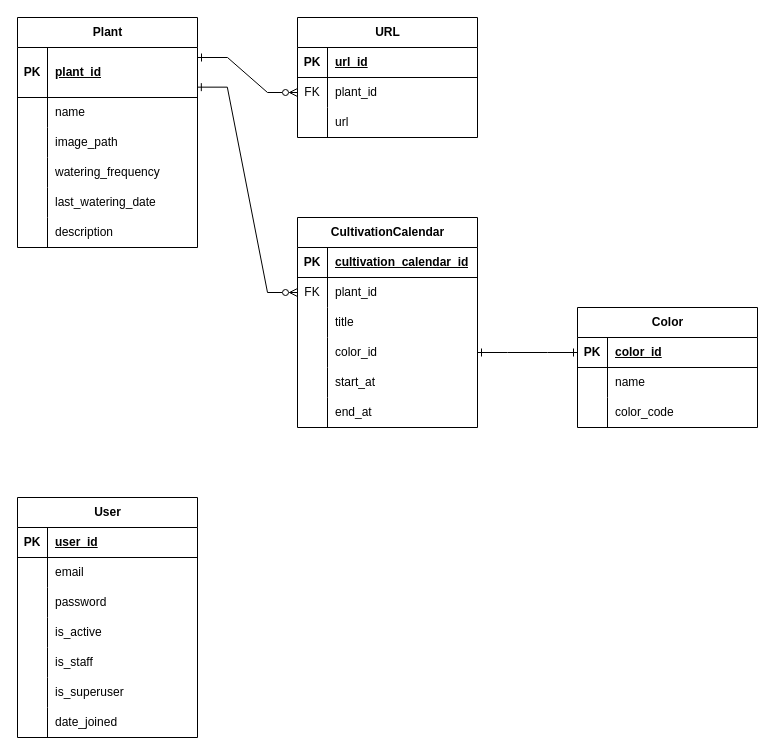
The draw.io diagram documents/ERD.drawio in AikawaShota/garden-management, before the edit. Source tidied: cells renumbered, new cells numbered last; positions are measured from the earlier drawing's top-left corner, leaving out a move shared by most shapes. Both pictures are drawn from the tidied source at 100%, with x=0, y=0 at pixel (17, 17).
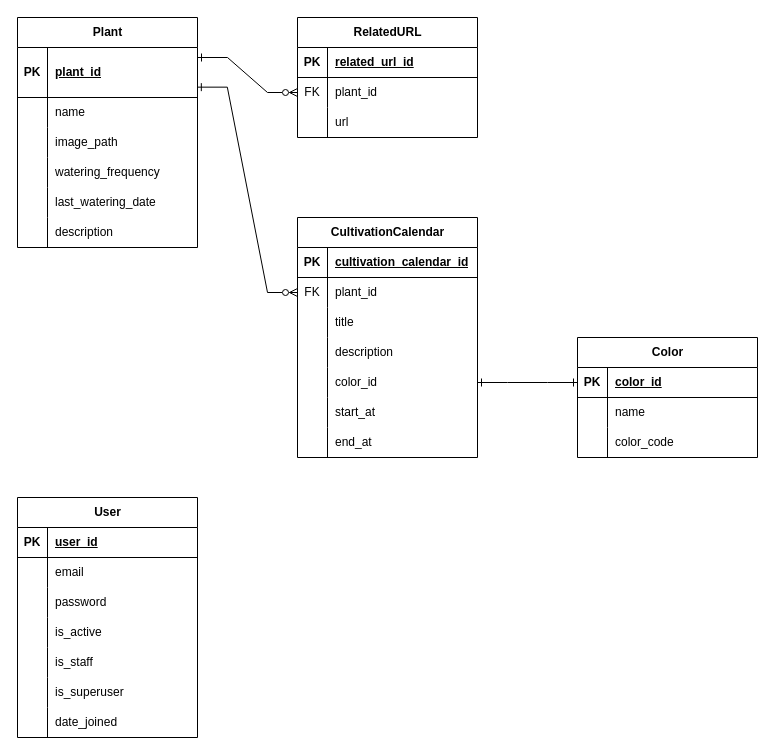
Above is the later version.

Unchanged cells that the change refers to:
```xml
<mxCell id="44" style="shape=tableRow;horizontal=0;startSize=0;swimlaneHead=0;swimlaneBody=0;fillColor=none;top=0;left=0;right=0;bottom=1;" parent="43" vertex="1">
  <mxGeometry y="30" width="180" height="30" as="geometry" />
</mxCell>
```

Change to the diagram source:
```diff
@@
-    <mxCell id="43" value="URL" style="shape=table;startSize=30;childLayout=tableLayout;rowLines=0;fontStyle=1;align=center;html=1;" parent="1" vertex="1">
+    <mxCell id="43" value="RelatedURL" style="shape=table;startSize=30;childLayout=tableLayout;rowLines=0;fontStyle=1;align=center;html=1;" parent="1" vertex="1">
       <mxGeometry x="280" width="180" height="120" as="geometry" />
     </mxCell>
@@
-    <mxCell id="46" value="url_id" style="shape=partialRectangle;fillColor=none;top=0;left=0;bottom=0;right=0;align=left;spacingLeft=6;fontStyle=5;overflow=hidden;whiteSpace=wrap;html=1;" parent="44" vertex="1">
+    <mxCell id="46" value="related_url_id" style="shape=partialRectangle;fillColor=none;top=0;left=0;bottom=0;right=0;align=left;spacingLeft=6;fontStyle=5;overflow=hidden;whiteSpace=wrap;html=1;" parent="44" vertex="1">
       <mxGeometry x="30" width="150" height="30" as="geometry" />
     </mxCell>
@@
     <mxCell id="53" value="CultivationCalendar" style="shape=table;startSize=30;childLayout=tableLayout;rowLines=0;fontStyle=1;align=center;html=1;" parent="1" vertex="1">
-      <mxGeometry x="280" y="200" width="180" height="210" as="geometry" />
+      <mxGeometry x="280" y="200" width="180" height="240" as="geometry" />
     </mxCell>
@@
+    <mxCell id="85" style="shape=tableRow;horizontal=0;startSize=0;swimlaneHead=0;swimlaneBody=0;fillColor=none;top=0;left=0;right=0;bottom=0;" parent="53" vertex="1">
+      <mxGeometry y="120" width="180" height="30" as="geometry" />
+    </mxCell>
+    <mxCell id="86" style="shape=partialRectangle;fillColor=none;top=0;left=0;bottom=0;right=0;overflow=hidden;whiteSpace=wrap;html=1;" parent="85" vertex="1">
+      <mxGeometry width="30" height="30" as="geometry" />
+    </mxCell>
+    <mxCell id="87" value="description" style="shape=partialRectangle;fillColor=none;top=0;left=0;bottom=0;right=0;align=left;spacingLeft=6;overflow=hidden;whiteSpace=wrap;html=1;" parent="85" vertex="1">
+      <mxGeometry x="30" width="150" height="30" as="geometry" />
+    </mxCell>
     <mxCell id="63" style="shape=tableRow;horizontal=0;startSize=0;swimlaneHead=0;swimlaneBody=0;fillColor=none;points=[[0,0.5],[1,0.5]];portConstraint=eastwest;top=0;left=0;right=0;bottom=0;" parent="53" vertex="1">
-      <mxGeometry y="120" width="180" height="30" as="geometry" />
+      <mxGeometry y="150" width="180" height="30" as="geometry" />
     </mxCell>
@@
     <mxCell id="66" style="shape=tableRow;horizontal=0;startSize=0;swimlaneHead=0;swimlaneBody=0;fillColor=none;top=0;left=0;right=0;bottom=0;" parent="53" vertex="1">
-      <mxGeometry y="150" width="180" height="30" as="geometry" />
+      <mxGeometry y="180" width="180" height="30" as="geometry" />
     </mxCell>
@@
     <mxCell id="69" style="shape=tableRow;horizontal=0;startSize=0;swimlaneHead=0;swimlaneBody=0;fillColor=none;top=0;left=0;right=0;bottom=0;" parent="53" vertex="1">
-      <mxGeometry y="180" width="180" height="30" as="geometry" />
+      <mxGeometry y="210" width="180" height="30" as="geometry" />
     </mxCell>
@@
     <mxCell id="74" value="Color" style="shape=table;startSize=30;childLayout=tableLayout;rowLines=0;fontStyle=1;align=center;html=1;" parent="1" vertex="1">
-      <mxGeometry x="560" y="290" width="180" height="120" as="geometry" />
+      <mxGeometry x="560" y="320" width="180" height="120" as="geometry" />
     </mxCell>
```
